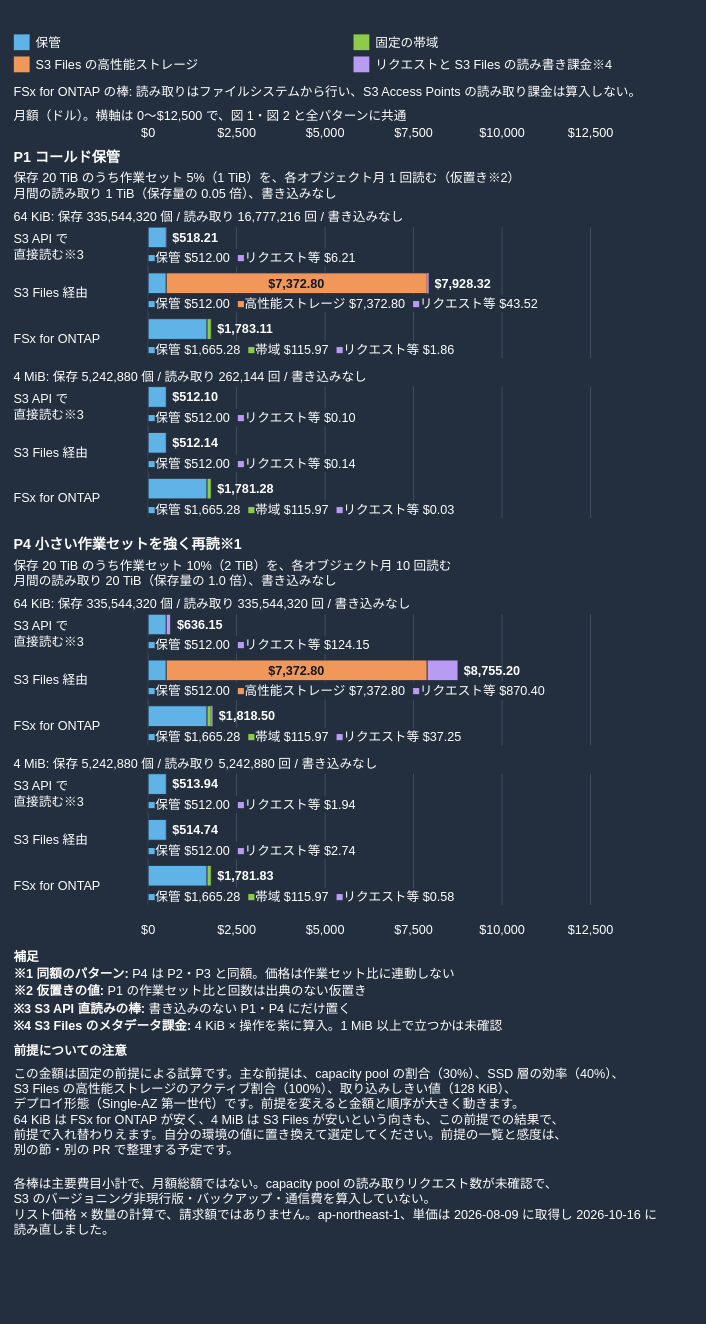
Before: docs/_assets/diagrams/s3burst-s3files-cost-structure-dark.drawio in Yoshiki0705/S3-Burst-on-ONTAP-Files, a draw.io diagram. Source tidied: cells renumbered, new cells numbered last; positions are measured from the earlier drawing's top-left corner, leaving out a move shared by most shapes. Both pictures are drawn from the tidied source at 79%, with x=0, y=0 at pixel (13, 31).
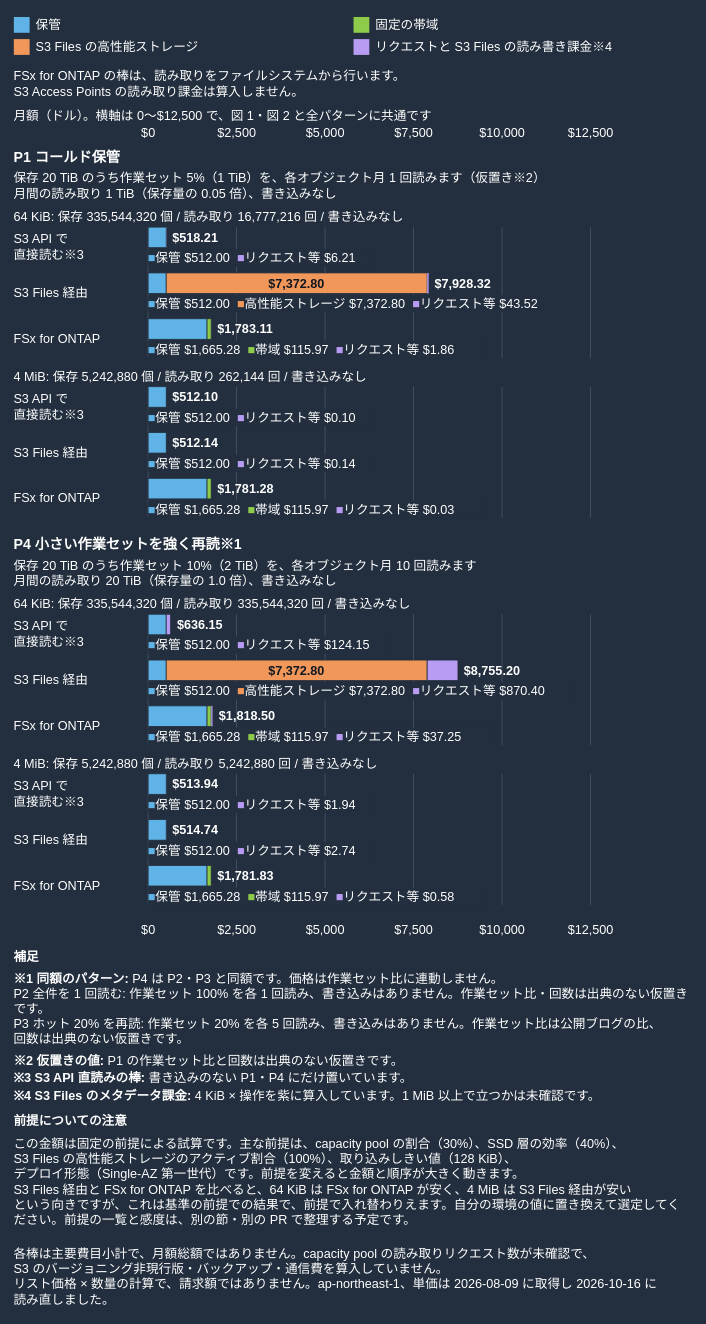
The same diagram, later.

Commit message (it also covers changes not shown here):
docs: generate the cost figures from the model and fix their wording

Diff of the diagram source:
```diff
@@
     <mxCell id="26" style="rounded=0;whiteSpace=nowrap;html=0;fillColor=#5FB3E6;strokeColor=none;fontSize=16;fontColor=#101820;fontStyle=1;align=center;verticalAlign=middle;" parent="1" vertex="1">
-      <mxGeometry y="4" width="20" height="20" as="geometry" />
+      <mxGeometry y="-18" width="20" height="20" as="geometry" />
     </mxCell>
     <mxCell id="27" value="保管" style="text;html=1;whiteSpace=nowrap;overflow=visible;align=left;verticalAlign=middle;spacing=0;spacingLeft=0;spacingRight=0;spacingTop=0;spacingBottom=0;fontSize=16;fontColor=#FFFFFF;fontStyle=0;" parent="1" vertex="1">
-      <mxGeometry x="28" width="398" height="28" as="geometry" />
+      <mxGeometry x="28" y="-22" width="398" height="28" as="geometry" />
     </mxCell>
     <mxCell id="28" style="rounded=0;whiteSpace=nowrap;html=0;fillColor=#8FCB4A;strokeColor=none;fontSize=16;fontColor=#101820;fontStyle=1;align=center;verticalAlign=middle;" parent="1" vertex="1">
-      <mxGeometry x="430" y="4" width="20" height="20" as="geometry" />
+      <mxGeometry x="430" y="-18" width="20" height="20" as="geometry" />
     </mxCell>
     <mxCell id="29" value="固定の帯域" style="text;html=1;whiteSpace=nowrap;overflow=visible;align=left;verticalAlign=middle;spacing=0;spacingLeft=0;spacingRight=0;spacingTop=0;spacingBottom=0;fontSize=16;fontColor=#FFFFFF;fontStyle=0;" parent="1" vertex="1">
-      <mxGeometry x="458" width="398" height="28" as="geometry" />
+      <mxGeometry x="458" y="-22" width="398" height="28" as="geometry" />
     </mxCell>
     <mxCell id="30" style="rounded=0;whiteSpace=nowrap;html=0;fillColor=#F2975A;strokeColor=none;fontSize=16;fontColor=#101820;fontStyle=1;align=center;verticalAlign=middle;" parent="1" vertex="1">
-      <mxGeometry y="32" width="20" height="20" as="geometry" />
+      <mxGeometry y="10" width="20" height="20" as="geometry" />
     </mxCell>
     <mxCell id="31" value="S3 Files の高性能ストレージ" style="text;html=1;whiteSpace=nowrap;overflow=visible;align=left;verticalAlign=middle;spacing=0;spacingLeft=0;spacingRight=0;spacingTop=0;spacingBottom=0;fontSize=16;fontColor=#FFFFFF;fontStyle=0;" parent="1" vertex="1">
-      <mxGeometry x="28" y="28" width="398" height="28" as="geometry" />
+      <mxGeometry x="28" y="6" width="398" height="28" as="geometry" />
     </mxCell>
     <mxCell id="32" style="rounded=0;whiteSpace=nowrap;html=0;fillColor=#B89BF2;strokeColor=none;fontSize=16;fontColor=#101820;fontStyle=1;align=center;verticalAlign=middle;" parent="1" vertex="1">
-      <mxGeometry x="430" y="32" width="20" height="20" as="geometry" />
+      <mxGeometry x="430" y="10" width="20" height="20" as="geometry" />
     </mxCell>
     <mxCell id="33" value="リクエストと S3 Files の読み書き課金※4" style="text;html=1;whiteSpace=nowrap;overflow=visible;align=left;verticalAlign=middle;spacing=0;spacingLeft=0;spacingRight=0;spacingTop=0;spacingBottom=0;fontSize=16;fontColor=#FFFFFF;fontStyle=0;" parent="1" vertex="1">
-      <mxGeometry x="458" y="28" width="398" height="28" as="geometry" />
+      <mxGeometry x="458" y="6" width="398" height="28" as="geometry" />
     </mxCell>
-    <mxCell id="34" value="FSx for ONTAP の棒: 読み取りはファイルシステムから行い、S3 Access Points の読み取り課金は算入しない。" style="text;html=1;whiteSpace=nowrap;overflow=visible;align=left;verticalAlign=middle;spacing=0;spacingLeft=0;spacingRight=0;spacingTop=0;spacingBottom=0;fontSize=16;fontColor=#FFFFFF;fontStyle=0;" parent="1" vertex="1">
-      <mxGeometry y="66" width="860" height="22" as="geometry" />
+    <mxCell id="34" value="FSx for ONTAP の棒は、読み取りをファイルシステムから行います。&lt;br&gt;S3 Access Points の読み取り課金は算入しません。" style="text;html=1;whiteSpace=nowrap;overflow=visible;align=left;verticalAlign=middle;spacing=0;spacingLeft=0;spacingRight=0;spacingTop=0;spacingBottom=0;fontSize=16;fontColor=#FFFFFF;fontStyle=0;" parent="1" vertex="1">
+      <mxGeometry y="44" width="860" height="44" as="geometry" />
     </mxCell>
-    <mxCell id="35" value="月額（ドル）。横軸は 0〜$12,500 で、図 1・図 2 と全パターンに共通" style="text;html=1;whiteSpace=nowrap;overflow=visible;align=left;verticalAlign=middle;spacing=0;spacingLeft=0;spacingRight=0;spacingTop=0;spacingBottom=0;fontSize=16;fontColor=#FFFFFF;fontStyle=0;" parent="1" vertex="1">
+    <mxCell id="35" value="月額（ドル）。横軸は 0〜$12,500 で、図 1・図 2 と全パターンに共通です" style="text;html=1;whiteSpace=nowrap;overflow=visible;align=left;verticalAlign=middle;spacing=0;spacingLeft=0;spacingRight=0;spacingTop=0;spacingBottom=0;fontSize=16;fontColor=#FFFFFF;fontStyle=0;" parent="1" vertex="1">
       <mxGeometry y="96" width="860" height="22" as="geometry" />
     </mxCell>
@@
-    <mxCell id="43" value="保存 20 TiB のうち作業セット 5%（1 TiB）を、各オブジェクト月 1 回読む（仮置き※2）&lt;br&gt;月間の読み取り 1 TiB（保存量の 0.05 倍）、書き込みなし" style="text;html=1;whiteSpace=nowrap;overflow=visible;align=left;verticalAlign=middle;spacing=0;spacingLeft=0;spacingRight=0;spacingTop=0;spacingBottom=0;fontSize=16;fontColor=#FFFFFF;fontStyle=0;" parent="1" vertex="1">
+    <mxCell id="43" value="保存 20 TiB のうち作業セット 5%（1 TiB）を、各オブジェクト月 1 回読みます（仮置き※2）&lt;br&gt;月間の読み取り 1 TiB（保存量の 0.05 倍）、書き込みなし" style="text;html=1;whiteSpace=nowrap;overflow=visible;align=left;verticalAlign=middle;spacing=0;spacingLeft=0;spacingRight=0;spacingTop=0;spacingBottom=0;fontSize=16;fontColor=#FFFFFF;fontStyle=0;" parent="1" vertex="1">
       <mxGeometry y="174" width="860" height="44" as="geometry" />
     </mxCell>
@@
-    <mxCell id="80" value="保存 20 TiB のうち作業セット 10%（2 TiB）を、各オブジェクト月 10 回読む&lt;br&gt;月間の読み取り 20 TiB（保存量の 1.0 倍）、書き込みなし" style="text;html=1;whiteSpace=nowrap;overflow=visible;align=left;verticalAlign=middle;spacing=0;spacingLeft=0;spacingRight=0;spacingTop=0;spacingBottom=0;fontSize=16;fontColor=#FFFFFF;fontStyle=0;" parent="1" vertex="1">
+    <mxCell id="80" value="保存 20 TiB のうち作業セット 10%（2 TiB）を、各オブジェクト月 10 回読みます&lt;br&gt;月間の読み取り 20 TiB（保存量の 1.0 倍）、書き込みなし" style="text;html=1;whiteSpace=nowrap;overflow=visible;align=left;verticalAlign=middle;spacing=0;spacingLeft=0;spacingRight=0;spacingTop=0;spacingBottom=0;fontSize=16;fontColor=#FFFFFF;fontStyle=0;" parent="1" vertex="1">
       <mxGeometry y="664" width="860" height="44" as="geometry" />
     </mxCell>
@@
-    <mxCell id="123" value="&lt;b&gt;※1 同額のパターン:&lt;/b&gt; P4 は P2・P3 と同額。価格は作業セット比に連動しない" style="text;html=1;whiteSpace=nowrap;overflow=visible;align=left;verticalAlign=middle;spacing=0;spacingLeft=0;spacingRight=0;spacingTop=0;spacingBottom=0;fontSize=16;fontColor=#FFFFFF;fontStyle=0;" parent="1" vertex="1">
-      <mxGeometry y="1182" width="860" height="22" as="geometry" />
+    <mxCell id="123" value="&lt;b&gt;※1 同額のパターン:&lt;/b&gt; P4 は P2・P3 と同額です。価格は作業セット比に連動しません。&lt;br&gt;P2 全件を 1 回読む: 作業セット 100% を各 1 回読み、書き込みはありません。作業セット比・回数は出典のない仮置き&lt;br&gt;です。&lt;br&gt;P3 ホット 20% を再読: 作業セット 20% を各 5 回読み、書き込みはありません。作業セット比は公開ブログの比、&lt;br&gt;回数は出典のない仮置きです。" style="text;html=1;whiteSpace=nowrap;overflow=visible;align=left;verticalAlign=middle;spacing=0;spacingLeft=0;spacingRight=0;spacingTop=0;spacingBottom=0;fontSize=16;fontColor=#FFFFFF;fontStyle=0;" parent="1" vertex="1">
+      <mxGeometry y="1182" width="860" height="110" as="geometry" />
     </mxCell>
-    <mxCell id="124" value="&lt;b&gt;※2 仮置きの値:&lt;/b&gt; P1 の作業セット比と回数は出典のない仮置き" style="text;html=1;whiteSpace=nowrap;overflow=visible;align=left;verticalAlign=middle;spacing=0;spacingLeft=0;spacingRight=0;spacingTop=0;spacingBottom=0;fontSize=16;fontColor=#FFFFFF;fontStyle=0;" parent="1" vertex="1">
-      <mxGeometry y="1204" width="860" height="22" as="geometry" />
+    <mxCell id="124" value="&lt;b&gt;※2 仮置きの値:&lt;/b&gt; P1 の作業セット比と回数は出典のない仮置きです。" style="text;html=1;whiteSpace=nowrap;overflow=visible;align=left;verticalAlign=middle;spacing=0;spacingLeft=0;spacingRight=0;spacingTop=0;spacingBottom=0;fontSize=16;fontColor=#FFFFFF;fontStyle=0;" parent="1" vertex="1">
+      <mxGeometry y="1292" width="860" height="22" as="geometry" />
     </mxCell>
-    <mxCell id="125" value="&lt;b&gt;※3 S3 API 直読みの棒:&lt;/b&gt; 書き込みのない P1・P4 にだけ置く" style="text;html=1;whiteSpace=nowrap;overflow=visible;align=left;verticalAlign=middle;spacing=0;spacingLeft=0;spacingRight=0;spacingTop=0;spacingBottom=0;fontSize=16;fontColor=#FFFFFF;fontStyle=0;" parent="1" vertex="1">
-      <mxGeometry y="1226" width="860" height="22" as="geometry" />
+    <mxCell id="125" value="&lt;b&gt;※3 S3 API 直読みの棒:&lt;/b&gt; 書き込みのない P1・P4 にだけ置いています。" style="text;html=1;whiteSpace=nowrap;overflow=visible;align=left;verticalAlign=middle;spacing=0;spacingLeft=0;spacingRight=0;spacingTop=0;spacingBottom=0;fontSize=16;fontColor=#FFFFFF;fontStyle=0;" parent="1" vertex="1">
+      <mxGeometry y="1314" width="860" height="22" as="geometry" />
     </mxCell>
-    <mxCell id="126" value="&lt;b&gt;※4 S3 Files のメタデータ課金:&lt;/b&gt; 4 KiB × 操作を紫に算入。1 MiB 以上で立つかは未確認" style="text;html=1;whiteSpace=nowrap;overflow=visible;align=left;verticalAlign=middle;spacing=0;spacingLeft=0;spacingRight=0;spacingTop=0;spacingBottom=0;fontSize=16;fontColor=#FFFFFF;fontStyle=0;" parent="1" vertex="1">
-      <mxGeometry y="1248" width="860" height="22" as="geometry" />
+    <mxCell id="126" value="&lt;b&gt;※4 S3 Files のメタデータ課金:&lt;/b&gt; 4 KiB × 操作を紫に算入しています。1 MiB 以上で立つかは未確認です。" style="text;html=1;whiteSpace=nowrap;overflow=visible;align=left;verticalAlign=middle;spacing=0;spacingLeft=0;spacingRight=0;spacingTop=0;spacingBottom=0;fontSize=16;fontColor=#FFFFFF;fontStyle=0;" parent="1" vertex="1">
+      <mxGeometry y="1336" width="860" height="22" as="geometry" />
     </mxCell>
     <mxCell id="127" value="&lt;b&gt;前提についての注意&lt;/b&gt;" style="text;html=1;whiteSpace=nowrap;overflow=visible;align=left;verticalAlign=middle;spacing=0;spacingLeft=0;spacingRight=0;spacingTop=0;spacingBottom=0;fontSize=16;fontColor=#FFFFFF;fontStyle=0;" parent="1" vertex="1">
-      <mxGeometry y="1280" width="860" height="22" as="geometry" />
+      <mxGeometry y="1368" width="860" height="22" as="geometry" />
     </mxCell>
-    <mxCell id="128" value="この金額は固定の前提による試算です。主な前提は、capacity pool の割合（30%）、SSD 層の効率（40%）、&lt;br&gt;S3 Files の高性能ストレージのアクティブ割合（100%）、取り込みしきい値（128 KiB）、&lt;br&gt;デプロイ形態（Single-AZ 第一世代）です。前提を変えると金額と順序が大きく動きます。&lt;br&gt;64 KiB は FSx for ONTAP が安く、4 MiB は S3 Files が安いという向きも、この前提での結果で、&lt;br&gt;前提で入れ替わりえます。自分の環境の値に置き換えて選定してください。前提の一覧と感度は、&lt;br&gt;別の節・別の PR で整理する予定です。" style="text;html=1;whiteSpace=nowrap;overflow=visible;align=left;verticalAlign=middle;spacing=0;spacingLeft=0;spacingRight=0;spacingTop=0;spacingBottom=0;fontSize=16;fontColor=#FFFFFF;fontStyle=0;" parent="1" vertex="1">
-      <mxGeometry y="1302" width="860" height="132" as="geometry" />
+    <mxCell id="128" value="この金額は固定の前提による試算です。主な前提は、capacity pool の割合（30%）、SSD 層の効率（40%）、&lt;br&gt;S3 Files の高性能ストレージのアクティブ割合（100%）、取り込みしきい値（128 KiB）、&lt;br&gt;デプロイ形態（Single-AZ 第一世代）です。前提を変えると金額と順序が大きく動きます。&lt;br&gt;S3 Files 経由と FSx for ONTAP を比べると、64 KiB は FSx for ONTAP が安く、4 MiB は S3 Files 経由が安い&lt;br&gt;という向きですが、これは基準の前提での結果で、前提で入れ替わりえます。自分の環境の値に置き換えて選定してく&lt;br&gt;ださい。前提の一覧と感度は、別の節・別の PR で整理する予定です。" style="text;html=1;whiteSpace=nowrap;overflow=visible;align=left;verticalAlign=middle;spacing=0;spacingLeft=0;spacingRight=0;spacingTop=0;spacingBottom=0;fontSize=16;fontColor=#FFFFFF;fontStyle=0;" parent="1" vertex="1">
+      <mxGeometry y="1390" width="860" height="132" as="geometry" />
     </mxCell>
-    <mxCell id="129" value="各棒は主要費目小計で、月額総額ではない。capacity pool の読み取りリクエスト数が未確認で、&lt;br&gt;S3 のバージョニング非現行版・バックアップ・通信費を算入していない。&lt;br&gt;リスト価格 × 数量の計算で、請求額ではありません。ap-northeast-1、単価は 2026-08-09 に取得し 2026-10-16 に&lt;br&gt;読み直しました。" style="text;html=1;whiteSpace=nowrap;overflow=visible;align=left;verticalAlign=middle;spacing=0;spacingLeft=0;spacingRight=0;spacingTop=0;spacingBottom=0;fontSize=16;fontColor=#FFFFFF;fontStyle=0;" parent="1" vertex="1">
-      <mxGeometry y="1444" width="860" height="88" as="geometry" />
+    <mxCell id="129" value="各棒は主要費目小計で、月額総額ではありません。capacity pool の読み取りリクエスト数が未確認で、&lt;br&gt;S3 のバージョニング非現行版・バックアップ・通信費を算入していません。&lt;br&gt;リスト価格 × 数量の計算で、請求額ではありません。ap-northeast-1、単価は 2026-08-09 に取得し 2026-10-16 に&lt;br&gt;読み直しました。" style="text;html=1;whiteSpace=nowrap;overflow=visible;align=left;verticalAlign=middle;spacing=0;spacingLeft=0;spacingRight=0;spacingTop=0;spacingBottom=0;fontSize=16;fontColor=#FFFFFF;fontStyle=0;" parent="1" vertex="1">
+      <mxGeometry y="1532" width="860" height="88" as="geometry" />
     </mxCell>
```
